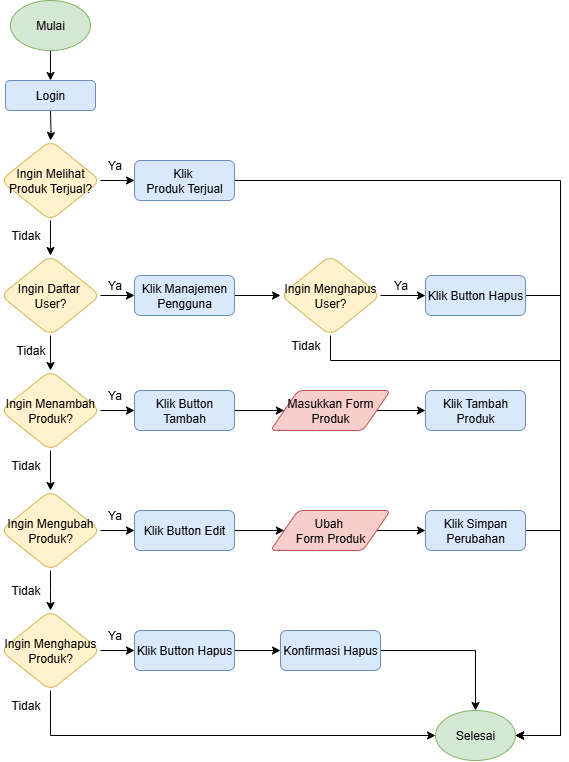
Before: image/admin.png, a diagram exported from draw.io (inraw/InventoriToko-Kotlin-UMB). Source tidied: cells renumbered, new cells last; positions are measured from the earlier drawing's top-left corner, leaving out a move shared by most shapes.
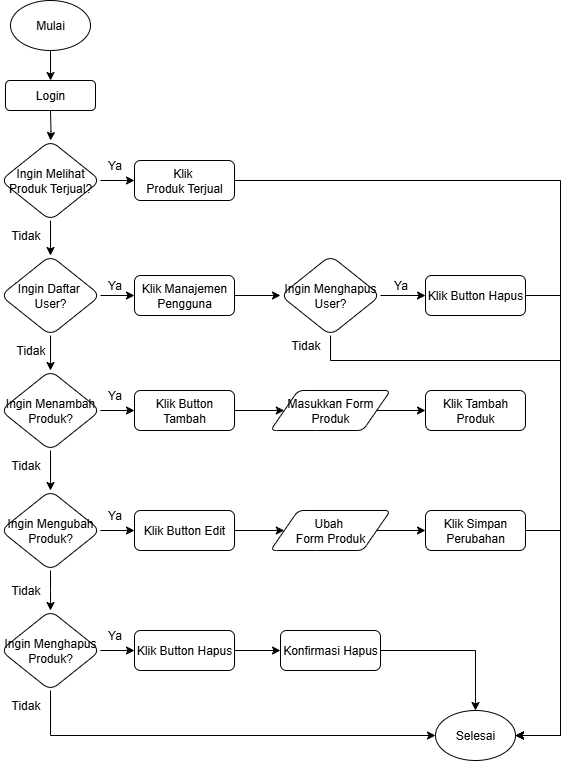
Above is the later version.

Change to the diagram source:
```diff
@@ -10,10 +10,10 @@
     <mxCell id="3" style="edgeStyle=orthogonalEdgeStyle;rounded=0;jettySize=auto;html=1;" parent="1" edge="1" source="4" target="57">
       <mxGeometry relative="1" as="geometry" />
     </mxCell>
-    <mxCell id="4" value="Mulai" style="ellipse;whiteSpace=wrap;html=1;fillColor=#d5e8d4;strokeColor=#82b366;" parent="1" vertex="1">
+    <mxCell id="4" value="Mulai" style="ellipse;whiteSpace=wrap;html=1;" parent="1" vertex="1">
       <mxGeometry x="10" width="80" height="50" as="geometry" />
     </mxCell>
-    <mxCell id="5" value="Selesai" style="ellipse;whiteSpace=wrap;html=1;fillColor=#d5e8d4;strokeColor=#82b366;" parent="1" vertex="1">
+    <mxCell id="5" value="Selesai" style="ellipse;whiteSpace=wrap;html=1;" parent="1" vertex="1">
       <mxGeometry x="435" y="710" width="80" height="50" as="geometry" />
     </mxCell>
     <mxCell id="6" style="edgeStyle=orthogonalEdgeStyle;rounded=0;jettySize=auto;html=1;" parent="1" edge="1" source="8" target="10">
@@ -22,7 +22,7 @@
     <mxCell id="7" style="edgeStyle=orthogonalEdgeStyle;rounded=0;jettySize=auto;html=1;" parent="1" edge="1" source="8" target="13">
       <mxGeometry relative="1" as="geometry" />
     </mxCell>
-    <mxCell id="8" value="Ingin Melihat Produk Terjual?" style="rhombus;whiteSpace=wrap;html=1;rounded=1;fillColor=#fff2cc;strokeColor=#d6b656;" parent="1" vertex="1">
+    <mxCell id="8" value="Ingin Melihat Produk Terjual?" style="rhombus;whiteSpace=wrap;html=1;rounded=1;" parent="1" vertex="1">
       <mxGeometry y="140" width="100" height="80" as="geometry" />
     </mxCell>
     <mxCell id="9" style="edgeStyle=orthogonalEdgeStyle;rounded=0;jettySize=auto;html=1;" parent="1" edge="1" source="10" target="5">
@@ -33,7 +33,7 @@
         </Array>
       </mxGeometry>
     </mxCell>
-    <mxCell id="10" value="Klik&amp;nbsp;&lt;div&gt;Produk Terjual&lt;/div&gt;" style="rounded=1;whiteSpace=wrap;html=1;fillColor=#dae8fc;strokeColor=#6c8ebf;" parent="1" vertex="1">
+    <mxCell id="10" value="Klik&amp;nbsp;&lt;div&gt;Produk Terjual&lt;/div&gt;" style="rounded=1;whiteSpace=wrap;html=1;" parent="1" vertex="1">
       <mxGeometry x="134" y="160" width="100" height="40" as="geometry" />
     </mxCell>
     <mxCell id="11" style="edgeStyle=orthogonalEdgeStyle;rounded=0;jettySize=auto;html=1;" parent="1" edge="1" source="13" target="15">
@@ -42,13 +42,13 @@
     <mxCell id="12" style="edgeStyle=orthogonalEdgeStyle;rounded=0;jettySize=auto;html=1;" parent="1" edge="1" source="13" target="23">
       <mxGeometry relative="1" as="geometry" />
     </mxCell>
-    <mxCell id="13" value="Ingin Daftar&amp;nbsp;&lt;div&gt;User?&lt;/div&gt;" style="rhombus;whiteSpace=wrap;html=1;rounded=1;fillColor=#fff2cc;strokeColor=#d6b656;" parent="1" vertex="1">
+    <mxCell id="13" value="Ingin Daftar&amp;nbsp;&lt;div&gt;User?&lt;/div&gt;" style="rhombus;whiteSpace=wrap;html=1;rounded=1;" parent="1" vertex="1">
       <mxGeometry y="255" width="100" height="80" as="geometry" />
     </mxCell>
     <mxCell id="14" style="edgeStyle=orthogonalEdgeStyle;rounded=0;jettySize=auto;html=1;" parent="1" edge="1" source="15" target="18">
       <mxGeometry relative="1" as="geometry" />
     </mxCell>
-    <mxCell id="15" value="Klik&amp;nbsp;&lt;span style=&quot;background-color: transparent; color: light-dark(rgb(0, 0, 0), rgb(255, 255, 255));&quot;&gt;Manajemen Pengguna&lt;/span&gt;" style="rounded=1;whiteSpace=wrap;html=1;fillColor=#dae8fc;strokeColor=#6c8ebf;" parent="1" vertex="1">
+    <mxCell id="15" value="Klik&amp;nbsp;&lt;span style=&quot;background-color: transparent; color: light-dark(rgb(0, 0, 0), rgb(255, 255, 255));&quot;&gt;Manajemen Pengguna&lt;/span&gt;" style="rounded=1;whiteSpace=wrap;html=1;" parent="1" vertex="1">
       <mxGeometry x="134" y="275" width="100" height="40" as="geometry" />
     </mxCell>
     <mxCell id="16" style="edgeStyle=orthogonalEdgeStyle;rounded=0;jettySize=auto;html=1;" parent="1" edge="1" source="18" target="20">
@@ -63,7 +63,7 @@
         </Array>
       </mxGeometry>
     </mxCell>
-    <mxCell id="18" value="Ingin Menghapus User&lt;span style=&quot;background-color: transparent; color: light-dark(rgb(0, 0, 0), rgb(255, 255, 255));&quot;&gt;?&lt;/span&gt;" style="rhombus;whiteSpace=wrap;html=1;rounded=1;fillColor=#fff2cc;strokeColor=#d6b656;" parent="1" vertex="1">
+    <mxCell id="18" value="Ingin Menghapus User&lt;span style=&quot;background-color: transparent; color: light-dark(rgb(0, 0, 0), rgb(255, 255, 255));&quot;&gt;?&lt;/span&gt;" style="rhombus;whiteSpace=wrap;html=1;rounded=1;" parent="1" vertex="1">
       <mxGeometry x="280" y="255" width="100" height="80" as="geometry" />
     </mxCell>
     <mxCell id="19" style="edgeStyle=orthogonalEdgeStyle;rounded=0;jettySize=auto;html=1;" parent="1" edge="1" source="20" target="5">
@@ -74,7 +74,7 @@
         </Array>
       </mxGeometry>
     </mxCell>
-    <mxCell id="20" value="Klik Button Hapus" style="rounded=1;whiteSpace=wrap;html=1;fillColor=#dae8fc;strokeColor=#6c8ebf;" parent="1" vertex="1">
+    <mxCell id="20" value="Klik Button Hapus" style="rounded=1;whiteSpace=wrap;html=1;" parent="1" vertex="1">
       <mxGeometry x="425" y="275" width="100" height="40" as="geometry" />
     </mxCell>
     <mxCell id="21" style="edgeStyle=orthogonalEdgeStyle;rounded=0;jettySize=auto;html=1;" parent="1" edge="1" source="23" target="25">
@@ -83,22 +83,22 @@
     <mxCell id="22" style="edgeStyle=orthogonalEdgeStyle;rounded=0;jettySize=auto;html=1;" parent="1" edge="1" source="23" target="31">
       <mxGeometry relative="1" as="geometry" />
     </mxCell>
-    <mxCell id="23" value="Ingin Menambah Produk&lt;span style=&quot;background-color: transparent; color: light-dark(rgb(0, 0, 0), rgb(255, 255, 255));&quot;&gt;?&lt;/span&gt;" style="rhombus;whiteSpace=wrap;html=1;rounded=1;fillColor=#fff2cc;strokeColor=#d6b656;" parent="1" vertex="1">
+    <mxCell id="23" value="Ingin Menambah Produk&lt;span style=&quot;background-color: transparent; color: light-dark(rgb(0, 0, 0), rgb(255, 255, 255));&quot;&gt;?&lt;/span&gt;" style="rhombus;whiteSpace=wrap;html=1;rounded=1;" parent="1" vertex="1">
       <mxGeometry y="370" width="100" height="80" as="geometry" />
     </mxCell>
     <mxCell id="24" style="edgeStyle=orthogonalEdgeStyle;rounded=0;jettySize=auto;html=1;" parent="1" edge="1" source="25" target="27">
       <mxGeometry relative="1" as="geometry" />
     </mxCell>
-    <mxCell id="25" value="Klik Button Tambah" style="rounded=1;whiteSpace=wrap;html=1;fillColor=#dae8fc;strokeColor=#6c8ebf;" parent="1" vertex="1">
+    <mxCell id="25" value="Klik Button Tambah" style="rounded=1;whiteSpace=wrap;html=1;" parent="1" vertex="1">
       <mxGeometry x="134" y="390" width="100" height="40" as="geometry" />
     </mxCell>
     <mxCell id="26" style="edgeStyle=orthogonalEdgeStyle;rounded=0;jettySize=auto;html=1;" parent="1" edge="1" source="27" target="28">
       <mxGeometry relative="1" as="geometry" />
     </mxCell>
-    <mxCell id="27" value="Masukkan Form Produk" style="shape=parallelogram;html=1;strokeWidth=1;perimeter=parallelogramPerimeter;whiteSpace=wrap;rounded=1;arcSize=12;size=0.23;fillColor=#f8cecc;strokeColor=#b85450;" parent="1" vertex="1">
+    <mxCell id="27" value="Masukkan Form Produk" style="shape=parallelogram;html=1;strokeWidth=1;perimeter=parallelogramPerimeter;whiteSpace=wrap;rounded=1;arcSize=12;size=0.23;" parent="1" vertex="1">
       <mxGeometry x="270" y="390" width="120" height="40" as="geometry" />
     </mxCell>
-    <mxCell id="28" value="Klik Tambah Produk" style="rounded=1;whiteSpace=wrap;html=1;fillColor=#dae8fc;strokeColor=#6c8ebf;" parent="1" vertex="1">
+    <mxCell id="28" value="Klik Tambah Produk" style="rounded=1;whiteSpace=wrap;html=1;" parent="1" vertex="1">
       <mxGeometry x="425" y="390" width="100" height="40" as="geometry" />
     </mxCell>
     <mxCell id="29" style="edgeStyle=orthogonalEdgeStyle;rounded=0;jettySize=auto;html=1;" parent="1" edge="1" source="31" target="33">
@@ -109,19 +109,19 @@
         <mxPoint x="50" y="610" as="targetPoint" />
       </mxGeometry>
     </mxCell>
-    <mxCell id="31" value="Ingin Mengubah Produk&lt;span style=&quot;background-color: transparent; color: light-dark(rgb(0, 0, 0), rgb(255, 255, 255));&quot;&gt;?&lt;/span&gt;" style="rhombus;whiteSpace=wrap;html=1;rounded=1;fillColor=#fff2cc;strokeColor=#d6b656;" parent="1" vertex="1">
+    <mxCell id="31" value="Ingin Mengubah Produk&lt;span style=&quot;background-color: transparent; color: light-dark(rgb(0, 0, 0), rgb(255, 255, 255));&quot;&gt;?&lt;/span&gt;" style="rhombus;whiteSpace=wrap;html=1;rounded=1;" parent="1" vertex="1">
       <mxGeometry y="490" width="100" height="80" as="geometry" />
     </mxCell>
     <mxCell id="32" style="edgeStyle=orthogonalEdgeStyle;rounded=0;jettySize=auto;html=1;" parent="1" edge="1" source="33" target="35">
       <mxGeometry relative="1" as="geometry" />
     </mxCell>
-    <mxCell id="33" value="Klik Button Edit" style="rounded=1;whiteSpace=wrap;html=1;fillColor=#dae8fc;strokeColor=#6c8ebf;" parent="1" vertex="1">
+    <mxCell id="33" value="Klik Button Edit" style="rounded=1;whiteSpace=wrap;html=1;" parent="1" vertex="1">
       <mxGeometry x="134" y="510" width="100" height="40" as="geometry" />
     </mxCell>
     <mxCell id="34" style="edgeStyle=orthogonalEdgeStyle;rounded=0;jettySize=auto;html=1;" parent="1" edge="1" source="35" target="37">
       <mxGeometry relative="1" as="geometry" />
     </mxCell>
-    <mxCell id="35" value="Ubah&amp;nbsp;&lt;div&gt;Form Produk&lt;/div&gt;" style="shape=parallelogram;html=1;strokeWidth=1;perimeter=parallelogramPerimeter;whiteSpace=wrap;rounded=1;arcSize=12;size=0.23;fillColor=#f8cecc;strokeColor=#b85450;" parent="1" vertex="1">
+    <mxCell id="35" value="Ubah&amp;nbsp;&lt;div&gt;Form Produk&lt;/div&gt;" style="shape=parallelogram;html=1;strokeWidth=1;perimeter=parallelogramPerimeter;whiteSpace=wrap;rounded=1;arcSize=12;size=0.23;" parent="1" vertex="1">
       <mxGeometry x="270" y="510" width="120" height="40" as="geometry" />
     </mxCell>
     <mxCell id="36" style="edgeStyle=orthogonalEdgeStyle;rounded=0;jettySize=auto;html=1;" parent="1" edge="1" source="37" target="5">
@@ -132,7 +132,7 @@
         </Array>
       </mxGeometry>
     </mxCell>
-    <mxCell id="37" value="Klik Simpan&lt;div&gt;Perubahan&lt;/div&gt;" style="rounded=1;whiteSpace=wrap;html=1;fillColor=#dae8fc;strokeColor=#6c8ebf;" parent="1" vertex="1">
+    <mxCell id="37" value="Klik Simpan&lt;div&gt;Perubahan&lt;/div&gt;" style="rounded=1;whiteSpace=wrap;html=1;" parent="1" vertex="1">
       <mxGeometry x="425" y="510" width="100" height="40" as="geometry" />
     </mxCell>
     <mxCell id="38" style="edgeStyle=orthogonalEdgeStyle;rounded=0;jettySize=auto;html=1;" parent="1" edge="1" source="40" target="42">
@@ -145,58 +145,58 @@
         </Array>
       </mxGeometry>
     </mxCell>
-    <mxCell id="40" value="Ingin Menghapus&lt;div&gt;Produk&lt;span style=&quot;background-color: transparent; color: light-dark(rgb(0, 0, 0), rgb(255, 255, 255));&quot;&gt;?&lt;/span&gt;&lt;/div&gt;" style="rhombus;whiteSpace=wrap;html=1;rounded=1;fillColor=#fff2cc;strokeColor=#d6b656;" parent="1" vertex="1">
+    <mxCell id="40" value="Ingin Menghapus&lt;div&gt;Produk&lt;span style=&quot;background-color: transparent; color: light-dark(rgb(0, 0, 0), rgb(255, 255, 255));&quot;&gt;?&lt;/span&gt;&lt;/div&gt;" style="rhombus;whiteSpace=wrap;html=1;rounded=1;" parent="1" vertex="1">
       <mxGeometry y="610" width="100" height="80" as="geometry" />
     </mxCell>
     <mxCell id="41" style="edgeStyle=orthogonalEdgeStyle;rounded=0;jettySize=auto;html=1;" parent="1" edge="1" source="42" target="44">
       <mxGeometry relative="1" as="geometry" />
     </mxCell>
-    <mxCell id="42" value="Klik Button Hapus" style="rounded=1;whiteSpace=wrap;html=1;fillColor=#dae8fc;strokeColor=#6c8ebf;" parent="1" vertex="1">
+    <mxCell id="42" value="Klik Button Hapus" style="rounded=1;whiteSpace=wrap;html=1;" parent="1" vertex="1">
       <mxGeometry x="134" y="630" width="100" height="40" as="geometry" />
     </mxCell>
     <mxCell id="43" style="edgeStyle=orthogonalEdgeStyle;rounded=0;jettySize=auto;html=1;" parent="1" edge="1" source="44" target="5">
       <mxGeometry relative="1" as="geometry" />
     </mxCell>
-    <mxCell id="44" value="Konfirmasi Hapus" style="rounded=1;whiteSpace=wrap;html=1;fillColor=#dae8fc;strokeColor=#6c8ebf;" parent="1" vertex="1">
+    <mxCell id="44" value="Konfirmasi Hapus" style="rounded=1;whiteSpace=wrap;html=1;" parent="1" vertex="1">
       <mxGeometry x="280" y="630" width="100" height="40" as="geometry" />
     </mxCell>
-    <mxCell id="45" value="Ya" style="text;html=1;align=center;verticalAlign=middle;strokeColor=none;fillColor=none;" parent="1" vertex="1">
+    <mxCell id="45" value="Ya" style="text;html=1;align=center;verticalAlign=middle;" parent="1" vertex="1">
       <mxGeometry x="94" y="150" width="40" height="30" as="geometry" />
     </mxCell>
-    <mxCell id="46" value="Ya" style="text;html=1;align=center;verticalAlign=middle;strokeColor=none;fillColor=none;" parent="1" vertex="1">
+    <mxCell id="46" value="Ya" style="text;html=1;align=center;verticalAlign=middle;" parent="1" vertex="1">
       <mxGeometry x="94" y="270" width="40" height="30" as="geometry" />
     </mxCell>
-    <mxCell id="47" value="Ya" style="text;html=1;align=center;verticalAlign=middle;strokeColor=none;fillColor=none;" parent="1" vertex="1">
+    <mxCell id="47" value="Ya" style="text;html=1;align=center;verticalAlign=middle;" parent="1" vertex="1">
       <mxGeometry x="94" y="380" width="40" height="30" as="geometry" />
     </mxCell>
-    <mxCell id="48" value="Ya" style="text;html=1;align=center;verticalAlign=middle;strokeColor=none;fillColor=none;" parent="1" vertex="1">
+    <mxCell id="48" value="Ya" style="text;html=1;align=center;verticalAlign=middle;" parent="1" vertex="1">
       <mxGeometry x="94" y="500" width="40" height="30" as="geometry" />
     </mxCell>
-    <mxCell id="49" value="Ya" style="text;html=1;align=center;verticalAlign=middle;strokeColor=none;fillColor=none;" parent="1" vertex="1">
+    <mxCell id="49" value="Ya" style="text;html=1;align=center;verticalAlign=middle;" parent="1" vertex="1">
       <mxGeometry x="94" y="620" width="40" height="30" as="geometry" />
     </mxCell>
-    <mxCell id="50" value="Ya" style="text;html=1;align=center;verticalAlign=middle;strokeColor=none;fillColor=none;" parent="1" vertex="1">
+    <mxCell id="50" value="Ya" style="text;html=1;align=center;verticalAlign=middle;" parent="1" vertex="1">
       <mxGeometry x="380" y="270" width="40" height="30" as="geometry" />
     </mxCell>
-    <mxCell id="51" value="Tidak" style="text;html=1;align=center;verticalAlign=middle;strokeColor=none;fillColor=none;" parent="1" vertex="1">
+    <mxCell id="51" value="Tidak" style="text;html=1;align=center;verticalAlign=middle;" parent="1" vertex="1">
       <mxGeometry y="220" width="50" height="30" as="geometry" />
     </mxCell>
-    <mxCell id="52" value="Tidak" style="text;html=1;align=center;verticalAlign=middle;strokeColor=none;fillColor=none;" parent="1" vertex="1">
+    <mxCell id="52" value="Tidak" style="text;html=1;align=center;verticalAlign=middle;" parent="1" vertex="1">
       <mxGeometry x="5" y="335" width="50" height="30" as="geometry" />
     </mxCell>
-    <mxCell id="53" value="Tidak" style="text;html=1;align=center;verticalAlign=middle;strokeColor=none;fillColor=none;" parent="1" vertex="1">
+    <mxCell id="53" value="Tidak" style="text;html=1;align=center;verticalAlign=middle;" parent="1" vertex="1">
       <mxGeometry x="280" y="330" width="50" height="30" as="geometry" />
     </mxCell>
-    <mxCell id="54" value="Tidak" style="text;html=1;align=center;verticalAlign=middle;strokeColor=none;fillColor=none;" parent="1" vertex="1">
+    <mxCell id="54" value="Tidak" style="text;html=1;align=center;verticalAlign=middle;" parent="1" vertex="1">
       <mxGeometry y="450" width="50" height="30" as="geometry" />
     </mxCell>
-    <mxCell id="55" value="Tidak" style="text;html=1;align=center;verticalAlign=middle;strokeColor=none;fillColor=none;" parent="1" vertex="1">
+    <mxCell id="55" value="Tidak" style="text;html=1;align=center;verticalAlign=middle;" parent="1" vertex="1">
       <mxGeometry y="574.5" width="50" height="30" as="geometry" />
     </mxCell>
-    <mxCell id="56" value="Tidak" style="text;html=1;align=center;verticalAlign=middle;strokeColor=none;fillColor=none;" parent="1" vertex="1">
+    <mxCell id="56" value="Tidak" style="text;html=1;align=center;verticalAlign=middle;" parent="1" vertex="1">
       <mxGeometry y="690" width="50" height="30" as="geometry" />
     </mxCell>
-    <mxCell id="57" value="Login" style="rounded=1;whiteSpace=wrap;html=1;fillColor=#dae8fc;strokeColor=#6c8ebf;" parent="1" vertex="1">
+    <mxCell id="57" value="Login" style="rounded=1;whiteSpace=wrap;html=1;" parent="1" vertex="1">
       <mxGeometry x="5" y="80" width="90" height="30" as="geometry" />
     </mxCell>
   </root>
```
